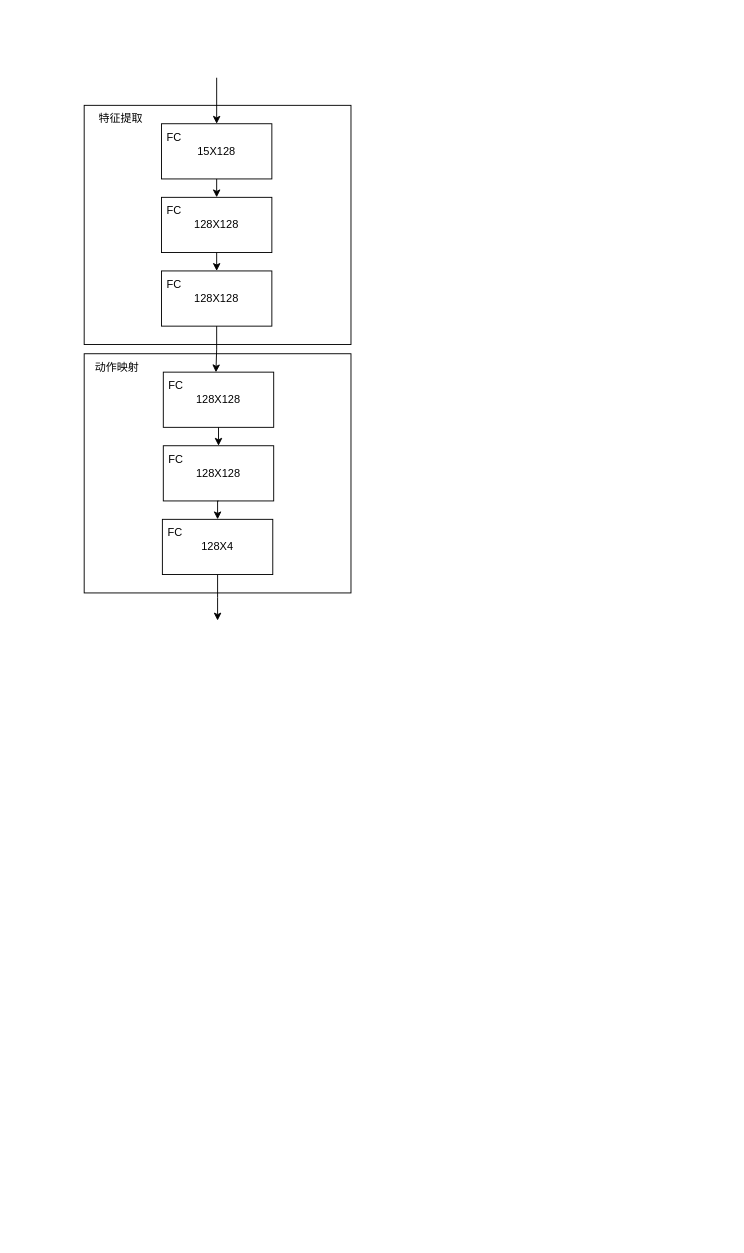
This is PPO神经网络架构.drawio from songdongjing/drawio, a draw.io file, before an edit. Source tidied: cells renumbered, new cells numbered last; positions are measured from the earlier drawing's top-left corner, leaving out a move shared by most shapes. Both pictures are drawn from the tidied source at 92%, with x=0, y=0 at pixel (84, 77).
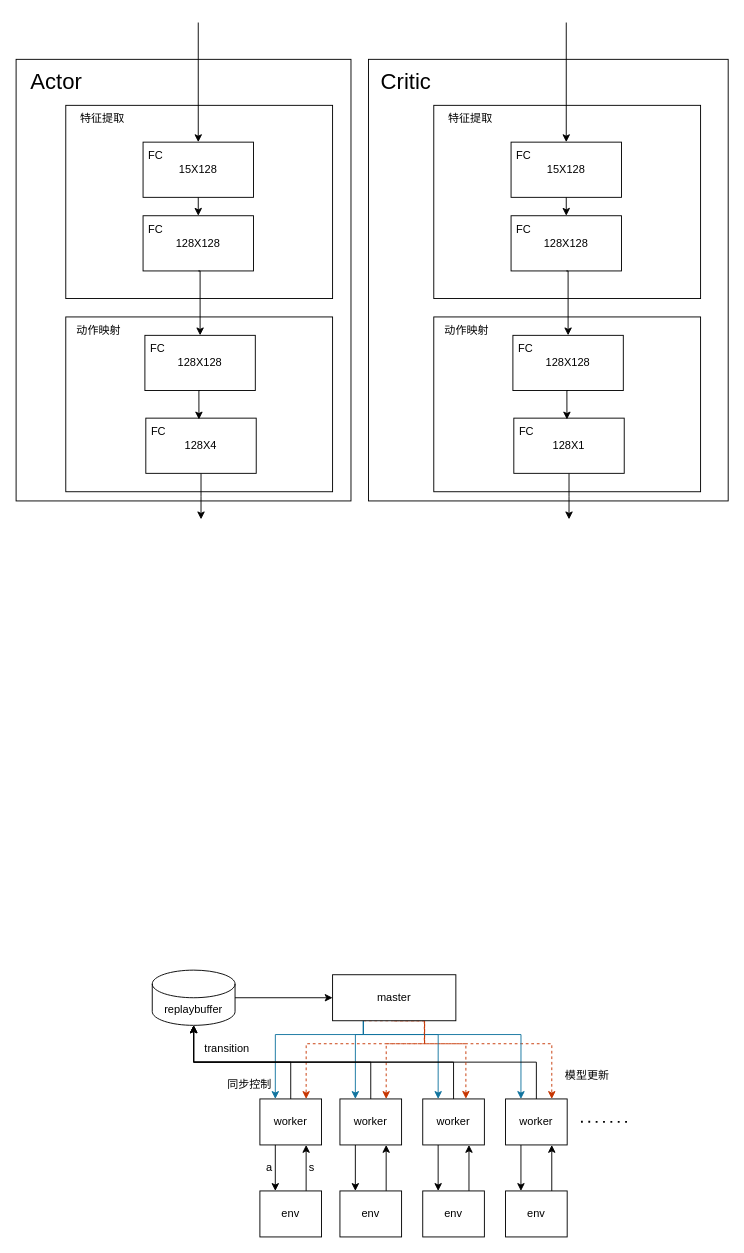
After the change.

Commit message:
更新PPO神经网络架构.drawio

Unchanged cells that the change refers to:
```xml
<mxCell id="6" value="15X128" style="rounded=0;whiteSpace=wrap;html=1;align=center;" parent="5" vertex="1">
  <mxGeometry x="16" width="120" height="60" as="geometry" />
</mxCell>
<mxCell id="9" value="128X128" style="rounded=0;whiteSpace=wrap;html=1;align=center;" parent="8" vertex="1">
  <mxGeometry x="16" width="120" height="60" as="geometry" />
</mxCell>
<mxCell id="16" value="128X128" style="rounded=0;whiteSpace=wrap;html=1;align=center;" parent="15" vertex="1">
  <mxGeometry x="19" y="10" width="120" height="60" as="geometry" />
</mxCell>
<mxCell id="23" value="128X4" style="rounded=0;whiteSpace=wrap;html=1;align=center;" parent="21" vertex="1">
  <mxGeometry x="16" width="120" height="60" as="geometry" />
</mxCell>
```

Change to the diagram source:
```diff
@@
+    <mxCell id="31" style="rounded=0;whiteSpace=wrap;html=1;" parent="1" vertex="1">
+      <mxGeometry x="309" y="-20" width="391" height="480" as="geometry" />
+    </mxCell>
+    <mxCell id="32" style="rounded=0;whiteSpace=wrap;html=1;" parent="1" vertex="1">
+      <mxGeometry x="-74" y="-20" width="364" height="480" as="geometry" />
+    </mxCell>
     <mxCell id="2" style="rounded=0;whiteSpace=wrap;html=1;" parent="1" vertex="1">
-      <mxGeometry y="300" width="290" height="260" as="geometry" />
+      <mxGeometry x="-20" y="260" width="290" height="190" as="geometry" />
     </mxCell>
     <mxCell id="3" style="rounded=0;whiteSpace=wrap;html=1;" parent="1" vertex="1">
-      <mxGeometry y="30" width="290" height="260" as="geometry" />
+      <mxGeometry x="-20" y="30" width="290" height="210" as="geometry" />
     </mxCell>
     <mxCell id="4" value="特征提取" style="text;html=1;align=center;verticalAlign=middle;whiteSpace=wrap;rounded=0;" parent="1" vertex="1">
-      <mxGeometry x="10" y="30" width="60" height="30" as="geometry" />
+      <mxGeometry x="-10" y="30" width="60" height="30" as="geometry" />
     </mxCell>
     <mxCell id="5" style="group;" parent="1" vertex="1">
-      <mxGeometry x="68" y="50" width="136" height="60" as="geometry" />
+      <mxGeometry x="48" y="70" width="136" height="60" as="geometry" />
     </mxCell>
@@
     <mxCell id="8" style="group;" parent="1" vertex="1">
-      <mxGeometry x="68" y="130" width="136" height="60" as="geometry" />
+      <mxGeometry x="48" y="150" width="136" height="60" as="geometry" />
     </mxCell>
@@
-    <mxCell id="11" style="group;" parent="1" vertex="1">
-      <mxGeometry x="68" y="210" width="136" height="60" as="geometry" />
-    </mxCell>
-    <mxCell id="12" value="128X128" style="rounded=0;whiteSpace=wrap;html=1;align=center;" parent="11" vertex="1">
-      <mxGeometry x="16" width="120" height="60" as="geometry" />
-    </mxCell>
-    <mxCell id="13" value="FC" style="text;html=1;align=center;verticalAlign=middle;whiteSpace=wrap;rounded=0;" parent="11" vertex="1">
-      <mxGeometry width="60" height="30" as="geometry" />
-    </mxCell>
     <mxCell id="14" value="动作映射" style="text;html=1;align=center;verticalAlign=middle;whiteSpace=wrap;rounded=0;" parent="1" vertex="1">
-      <mxGeometry x="6" y="300" width="60" height="30" as="geometry" />
+      <mxGeometry x="-14" y="260" width="60" height="30" as="geometry" />
     </mxCell>
     <mxCell id="15" style="group;" parent="1" vertex="1">
-      <mxGeometry x="67" y="310" width="144" height="80" as="geometry" />
+      <mxGeometry x="47" y="270" width="144" height="80" as="geometry" />
     </mxCell>
@@
-    <mxCell id="18" style="group;" parent="1" vertex="1">
-      <mxGeometry x="70" y="400" width="136" height="60" as="geometry" />
-    </mxCell>
-    <mxCell id="19" value="128X128" style="rounded=0;whiteSpace=wrap;html=1;align=center;" parent="18" vertex="1">
-      <mxGeometry x="16" width="120" height="60" as="geometry" />
-    </mxCell>
-    <mxCell id="20" value="FC" style="text;html=1;align=center;verticalAlign=middle;whiteSpace=wrap;rounded=0;" parent="18" vertex="1">
-      <mxGeometry width="60" height="30" as="geometry" />
-    </mxCell>
     <mxCell id="21" style="group;" parent="1" vertex="1">
-      <mxGeometry x="69" y="480" width="136" height="60" as="geometry" />
+      <mxGeometry x="51" y="370" width="136" height="60" as="geometry" />
     </mxCell>
@@
-    <mxCell id="26" style="edgeStyle=orthogonalEdgeStyle;rounded=0;jettySize=auto;html=1;exitX=0.5;exitY=1;exitDx=0;exitDy=0;entryX=0.5;entryY=0;entryDx=0;entryDy=0;" parent="1" edge="1" source="9" target="12">
-      <mxGeometry relative="1" as="geometry" />
+    <mxCell id="26" style="edgeStyle=orthogonalEdgeStyle;rounded=0;jettySize=auto;html=1;exitX=0.5;exitY=1;exitDx=0;exitDy=0;" parent="1" edge="1" source="9" target="16">
+      <mxGeometry relative="1" as="geometry">
+        <Array as="points">
+          <mxPoint x="126" y="210" />
+        </Array>
+      </mxGeometry>
     </mxCell>
-    <mxCell id="27" style="edgeStyle=orthogonalEdgeStyle;rounded=0;jettySize=auto;html=1;exitX=0.5;exitY=1;exitDx=0;exitDy=0;entryX=0.5;entryY=0;entryDx=0;entryDy=0;" parent="1" edge="1" source="16" target="19">
+    <mxCell id="27" style="edgeStyle=orthogonalEdgeStyle;rounded=0;jettySize=auto;html=1;exitX=0.5;exitY=1;exitDx=0;exitDy=0;entryX=0.481;entryY=0.024;entryDx=0;entryDy=0;entryPerimeter=0;" parent="1" edge="1" source="16" target="23">
       <mxGeometry relative="1" as="geometry" />
     </mxCell>
-    <mxCell id="28" style="edgeStyle=orthogonalEdgeStyle;rounded=0;jettySize=auto;html=1;exitX=0.5;exitY=1;exitDx=0;exitDy=0;entryX=0.5;entryY=0;entryDx=0;entryDy=0;" parent="1" edge="1" source="19" target="23">
-      <mxGeometry relative="1" as="geometry" />
-    </mxCell>
     <mxCell id="29" style="endArrow=classic;html=1;rounded=0;entryX=0.5;entryY=0;entryDx=0;entryDy=0;" parent="1" edge="1" target="6">
       <mxGeometry relative="1" as="geometry">
-        <mxPoint x="144" as="sourcePoint" />
+        <mxPoint x="124" y="-60" as="sourcePoint" />
       </mxGeometry>
     </mxCell>
-    <mxCell id="30" style="edgeStyle=orthogonalEdgeStyle;rounded=0;jettySize=auto;html=1;exitX=0.5;exitY=1;exitDx=0;exitDy=0;entryX=0.477;entryY=0.003;entryDx=0;entryDy=0;entryPerimeter=0;" parent="1" edge="1" source="12" target="16">
-      <mxGeometry relative="1" as="geometry" />
-    </mxCell>
+    <mxCell id="33" style="rounded=0;whiteSpace=wrap;html=1;" parent="1" vertex="1">
+      <mxGeometry x="380" y="260" width="290" height="190" as="geometry" />
+    </mxCell>
+    <mxCell id="34" style="rounded=0;whiteSpace=wrap;html=1;" parent="1" vertex="1">
+      <mxGeometry x="380" y="30" width="290" height="210" as="geometry" />
+    </mxCell>
+    <mxCell id="35" value="特征提取" style="text;html=1;align=center;verticalAlign=middle;whiteSpace=wrap;rounded=0;" parent="1" vertex="1">
+      <mxGeometry x="390" y="30" width="60" height="30" as="geometry" />
+    </mxCell>
+    <mxCell id="36" style="group;" parent="1" vertex="1">
+      <mxGeometry x="448" y="70" width="136" height="60" as="geometry" />
+    </mxCell>
+    <mxCell id="37" value="15X128" style="rounded=0;whiteSpace=wrap;html=1;align=center;" parent="36" vertex="1">
+      <mxGeometry x="16" width="120" height="60" as="geometry" />
+    </mxCell>
+    <mxCell id="38" value="FC" style="text;html=1;align=center;verticalAlign=middle;whiteSpace=wrap;rounded=0;" parent="36" vertex="1">
+      <mxGeometry width="60" height="30" as="geometry" />
+    </mxCell>
+    <mxCell id="39" style="group;" parent="1" vertex="1">
+      <mxGeometry x="448" y="150" width="136" height="60" as="geometry" />
+    </mxCell>
+    <mxCell id="40" value="128X128" style="rounded=0;whiteSpace=wrap;html=1;align=center;" parent="39" vertex="1">
+      <mxGeometry x="16" width="120" height="60" as="geometry" />
+    </mxCell>
+    <mxCell id="41" value="FC" style="text;html=1;align=center;verticalAlign=middle;whiteSpace=wrap;rounded=0;" parent="39" vertex="1">
+      <mxGeometry width="60" height="30" as="geometry" />
+    </mxCell>
+    <mxCell id="42" value="动作映射" style="text;html=1;align=center;verticalAlign=middle;whiteSpace=wrap;rounded=0;" parent="1" vertex="1">
+      <mxGeometry x="386" y="260" width="60" height="30" as="geometry" />
+    </mxCell>
+    <mxCell id="43" style="group;" parent="1" vertex="1">
+      <mxGeometry x="447" y="270" width="144" height="80" as="geometry" />
+    </mxCell>
+    <mxCell id="44" value="128X128" style="rounded=0;whiteSpace=wrap;html=1;align=center;" parent="43" vertex="1">
+      <mxGeometry x="19" y="10" width="120" height="60" as="geometry" />
+    </mxCell>
+    <mxCell id="45" value="FC" style="text;html=1;align=center;verticalAlign=middle;whiteSpace=wrap;rounded=0;" parent="43" vertex="1">
+      <mxGeometry x="3" y="10" width="60" height="30" as="geometry" />
+    </mxCell>
+    <mxCell id="46" style="group;" parent="1" vertex="1">
+      <mxGeometry x="451" y="370" width="136" height="60" as="geometry" />
+    </mxCell>
+    <mxCell id="47" style="edgeStyle=orthogonalEdgeStyle;rounded=0;jettySize=auto;html=1;exitX=0.5;exitY=1;exitDx=0;exitDy=0;" parent="46" edge="1" source="48">
+      <mxGeometry relative="1" as="geometry">
+        <mxPoint x="76" y="110" as="targetPoint" />
+      </mxGeometry>
+    </mxCell>
+    <mxCell id="48" value="128X1" style="rounded=0;whiteSpace=wrap;html=1;align=center;" parent="46" vertex="1">
+      <mxGeometry x="16" width="120" height="60" as="geometry" />
+    </mxCell>
+    <mxCell id="49" value="FC" style="text;html=1;align=center;verticalAlign=middle;whiteSpace=wrap;rounded=0;" parent="46" vertex="1">
+      <mxGeometry width="60" height="30" as="geometry" />
+    </mxCell>
+    <mxCell id="50" style="edgeStyle=orthogonalEdgeStyle;rounded=0;jettySize=auto;html=1;exitX=0.5;exitY=1;exitDx=0;exitDy=0;entryX=0.5;entryY=0;entryDx=0;entryDy=0;" parent="1" edge="1" source="37" target="40">
+      <mxGeometry relative="1" as="geometry" />
+    </mxCell>
+    <mxCell id="51" style="edgeStyle=orthogonalEdgeStyle;rounded=0;jettySize=auto;html=1;exitX=0.5;exitY=1;exitDx=0;exitDy=0;" parent="1" edge="1" source="40" target="44">
+      <mxGeometry relative="1" as="geometry">
+        <Array as="points">
+          <mxPoint x="526" y="210" />
+        </Array>
+      </mxGeometry>
+    </mxCell>
+    <mxCell id="52" style="edgeStyle=orthogonalEdgeStyle;rounded=0;jettySize=auto;html=1;exitX=0.5;exitY=1;exitDx=0;exitDy=0;entryX=0.481;entryY=0.024;entryDx=0;entryDy=0;entryPerimeter=0;" parent="1" edge="1" source="44" target="48">
+      <mxGeometry relative="1" as="geometry" />
+    </mxCell>
+    <mxCell id="53" style="endArrow=classic;html=1;rounded=0;entryX=0.5;entryY=0;entryDx=0;entryDy=0;" parent="1" edge="1" target="37">
+      <mxGeometry relative="1" as="geometry">
+        <mxPoint x="524" y="-60" as="sourcePoint" />
+      </mxGeometry>
+    </mxCell>
+    <mxCell id="54" value="&lt;font style=&quot;font-size: 24px;&quot;&gt;Actor&lt;/font&gt;" style="text;html=1;align=center;verticalAlign=middle;whiteSpace=wrap;rounded=0;" parent="1" vertex="1">
+      <mxGeometry x="-60" y="-10" width="60" height="30" as="geometry" />
+    </mxCell>
+    <mxCell id="55" value="&lt;font style=&quot;font-size: 24px;&quot;&gt;Critic&lt;/font&gt;" style="text;html=1;align=center;verticalAlign=middle;whiteSpace=wrap;rounded=0;" parent="1" vertex="1">
+      <mxGeometry x="320" y="-10" width="60" height="30" as="geometry" />
+    </mxCell>
+    <mxCell id="56" style="edgeStyle=orthogonalEdgeStyle;rounded=0;jettySize=auto;html=1;exitX=0.25;exitY=1;exitDx=0;exitDy=0;entryX=0.75;entryY=0;entryDx=0;entryDy=0;dashed=1;fillColor=#fa6800;strokeColor=#C73500;" parent="1" edge="1" source="63" target="64">
+      <mxGeometry relative="1" as="geometry">
+        <Array as="points">
+          <mxPoint x="370" y="1025" />
+          <mxPoint x="370" y="1050" />
+          <mxPoint x="241" y="1050" />
+        </Array>
+      </mxGeometry>
+    </mxCell>
+    <mxCell id="57" style="edgeStyle=orthogonalEdgeStyle;rounded=0;jettySize=auto;html=1;exitX=0.5;exitY=1;exitDx=0;exitDy=0;entryX=0.75;entryY=0;entryDx=0;entryDy=0;dashed=1;fillColor=#fa6800;strokeColor=#C73500;" parent="1" edge="1" source="63" target="66">
+      <mxGeometry relative="1" as="geometry">
+        <Array as="points">
+          <mxPoint x="370" y="1025" />
+          <mxPoint x="370" y="1050" />
+          <mxPoint x="328" y="1050" />
+        </Array>
+      </mxGeometry>
+    </mxCell>
+    <mxCell id="58" style="edgeStyle=orthogonalEdgeStyle;rounded=0;jettySize=auto;html=1;exitX=0.5;exitY=1;exitDx=0;exitDy=0;entryX=0.75;entryY=0;entryDx=0;entryDy=0;dashed=1;fillColor=#fa6800;strokeColor=#C73500;" parent="1" edge="1" source="63" target="70">
+      <mxGeometry relative="1" as="geometry">
+        <Array as="points">
+          <mxPoint x="370" y="1025" />
+          <mxPoint x="370" y="1050" />
+          <mxPoint x="508" y="1050" />
+        </Array>
+      </mxGeometry>
+    </mxCell>
+    <mxCell id="59" style="rounded=0;jettySize=auto;html=1;exitX=0.25;exitY=1;exitDx=0;exitDy=0;entryX=0.25;entryY=0;entryDx=0;entryDy=0;strokeWidth=1;edgeStyle=orthogonalEdgeStyle;fillColor=#b1ddf0;strokeColor=#10739e;" parent="1" edge="1" source="63" target="64">
+      <mxGeometry relative="1" as="geometry">
+        <Array as="points">
+          <mxPoint x="304" y="1040" />
+          <mxPoint x="208" y="1040" />
+        </Array>
+      </mxGeometry>
+    </mxCell>
+    <mxCell id="60" style="edgeStyle=orthogonalEdgeStyle;rounded=0;jettySize=auto;html=1;exitX=0.25;exitY=1;exitDx=0;exitDy=0;entryX=0.25;entryY=0;entryDx=0;entryDy=0;fillColor=#b1ddf0;strokeColor=#10739e;" parent="1" edge="1" source="63" target="66">
+      <mxGeometry relative="1" as="geometry">
+        <Array as="points">
+          <mxPoint x="304" y="1040" />
+          <mxPoint x="295" y="1040" />
+        </Array>
+      </mxGeometry>
+    </mxCell>
+    <mxCell id="61" style="edgeStyle=orthogonalEdgeStyle;rounded=0;jettySize=auto;html=1;exitX=0.25;exitY=1;exitDx=0;exitDy=0;entryX=0.25;entryY=0;entryDx=0;entryDy=0;fillColor=#b1ddf0;strokeColor=#10739e;" parent="1" edge="1" source="63" target="68">
+      <mxGeometry relative="1" as="geometry">
+        <Array as="points">
+          <mxPoint x="304" y="1040" />
+          <mxPoint x="385" y="1040" />
+        </Array>
+      </mxGeometry>
+    </mxCell>
+    <mxCell id="62" style="edgeStyle=orthogonalEdgeStyle;rounded=0;jettySize=auto;html=1;exitX=0.25;exitY=1;exitDx=0;exitDy=0;entryX=0.25;entryY=0;entryDx=0;entryDy=0;fillColor=#b1ddf0;strokeColor=#10739e;" parent="1" edge="1" source="63" target="70">
+      <mxGeometry relative="1" as="geometry">
+        <Array as="points">
+          <mxPoint x="304" y="1040" />
+          <mxPoint x="475" y="1040" />
+        </Array>
+      </mxGeometry>
+    </mxCell>
+    <mxCell id="63" value="master" style="rounded=0;whiteSpace=wrap;html=1;" parent="1" vertex="1">
+      <mxGeometry x="270" y="975" width="134" height="50" as="geometry" />
+    </mxCell>
+    <mxCell id="64" value="worker" style="rounded=0;whiteSpace=wrap;html=1;" parent="1" vertex="1">
+      <mxGeometry x="191" y="1110" width="67" height="50" as="geometry" />
+    </mxCell>
+    <mxCell id="65" style="edgeStyle=orthogonalEdgeStyle;rounded=0;jettySize=auto;html=1;exitX=0.25;exitY=1;exitDx=0;exitDy=0;entryX=0.25;entryY=0;entryDx=0;entryDy=0;" parent="1" edge="1" source="66" target="79">
+      <mxGeometry relative="1" as="geometry" />
+    </mxCell>
+    <mxCell id="66" value="worker" style="rounded=0;whiteSpace=wrap;html=1;" parent="1" vertex="1">
+      <mxGeometry x="278" y="1110" width="67" height="50" as="geometry" />
+    </mxCell>
+    <mxCell id="67" style="edgeStyle=orthogonalEdgeStyle;rounded=0;jettySize=auto;html=1;exitX=0.25;exitY=1;exitDx=0;exitDy=0;entryX=0.25;entryY=0;entryDx=0;entryDy=0;" parent="1" edge="1" source="68" target="81">
+      <mxGeometry relative="1" as="geometry" />
+    </mxCell>
+    <mxCell id="68" value="worker" style="rounded=0;whiteSpace=wrap;html=1;" parent="1" vertex="1">
+      <mxGeometry x="368" y="1110" width="67" height="50" as="geometry" />
+    </mxCell>
+    <mxCell id="69" style="edgeStyle=orthogonalEdgeStyle;rounded=0;jettySize=auto;html=1;exitX=0.25;exitY=1;exitDx=0;exitDy=0;entryX=0.25;entryY=0;entryDx=0;entryDy=0;" parent="1" edge="1" source="70" target="82">
+      <mxGeometry relative="1" as="geometry" />
+    </mxCell>
+    <mxCell id="70" value="worker" style="rounded=0;whiteSpace=wrap;html=1;" parent="1" vertex="1">
+      <mxGeometry x="458" y="1110" width="67" height="50" as="geometry" />
+    </mxCell>
+    <mxCell id="71" style="endArrow=none;dashed=1;html=1;dashPattern=1 3;strokeWidth=2;rounded=0;" parent="1" edge="1">
+      <mxGeometry relative="1" as="geometry">
+        <mxPoint x="540" y="1134.8" as="sourcePoint" />
+        <mxPoint x="590" y="1135" as="targetPoint" />
+      </mxGeometry>
+    </mxCell>
+    <mxCell id="72" value="replaybuffer" style="shape=cylinder3;whiteSpace=wrap;html=1;boundedLbl=1;backgroundOutline=1;size=15;" parent="1" vertex="1">
+      <mxGeometry x="74" y="970" width="90" height="60" as="geometry" />
+    </mxCell>
+    <mxCell id="73" style="edgeStyle=orthogonalEdgeStyle;rounded=0;jettySize=auto;html=1;exitX=0.5;exitY=0;exitDx=0;exitDy=0;entryX=0.5;entryY=1;entryDx=0;entryDy=0;entryPerimeter=0;" parent="1" edge="1" source="64" target="72">
+      <mxGeometry relative="1" as="geometry" />
+    </mxCell>
+    <mxCell id="74" style="edgeStyle=orthogonalEdgeStyle;rounded=0;jettySize=auto;html=1;exitX=0.5;exitY=0;exitDx=0;exitDy=0;entryX=0.5;entryY=1;entryDx=0;entryDy=0;entryPerimeter=0;" parent="1" edge="1" source="66" target="72">
+      <mxGeometry relative="1" as="geometry" />
+    </mxCell>
+    <mxCell id="75" style="edgeStyle=orthogonalEdgeStyle;rounded=0;jettySize=auto;html=1;exitX=0.5;exitY=0;exitDx=0;exitDy=0;entryX=0.5;entryY=1;entryDx=0;entryDy=0;entryPerimeter=0;" parent="1" edge="1" source="68" target="72">
+      <mxGeometry relative="1" as="geometry" />
+    </mxCell>
+    <mxCell id="76" style="edgeStyle=orthogonalEdgeStyle;rounded=0;jettySize=auto;html=1;exitX=0.75;exitY=0;exitDx=0;exitDy=0;entryX=0.75;entryY=1;entryDx=0;entryDy=0;" parent="1" edge="1" source="77" target="64">
+      <mxGeometry relative="1" as="geometry" />
+    </mxCell>
+    <mxCell id="77" value="env" style="rounded=0;whiteSpace=wrap;html=1;" parent="1" vertex="1">
+      <mxGeometry x="191" y="1210" width="67" height="50" as="geometry" />
+    </mxCell>
+    <mxCell id="78" style="edgeStyle=orthogonalEdgeStyle;rounded=0;jettySize=auto;html=1;exitX=0.75;exitY=0;exitDx=0;exitDy=0;entryX=0.75;entryY=1;entryDx=0;entryDy=0;" parent="1" edge="1" source="79" target="66">
+      <mxGeometry relative="1" as="geometry" />
+    </mxCell>
+    <mxCell id="79" value="env" style="rounded=0;whiteSpace=wrap;html=1;" parent="1" vertex="1">
+      <mxGeometry x="278" y="1210" width="67" height="50" as="geometry" />
+    </mxCell>
+    <mxCell id="80" style="edgeStyle=orthogonalEdgeStyle;rounded=0;jettySize=auto;html=1;exitX=0.75;exitY=0;exitDx=0;exitDy=0;entryX=0.75;entryY=1;entryDx=0;entryDy=0;" parent="1" edge="1" source="81" target="68">
+      <mxGeometry relative="1" as="geometry" />
+    </mxCell>
+    <mxCell id="81" value="env" style="rounded=0;whiteSpace=wrap;html=1;" parent="1" vertex="1">
+      <mxGeometry x="368" y="1210" width="67" height="50" as="geometry" />
+    </mxCell>
+    <mxCell id="82" value="env" style="rounded=0;whiteSpace=wrap;html=1;" parent="1" vertex="1">
+      <mxGeometry x="458" y="1210" width="67" height="50" as="geometry" />
+    </mxCell>
+    <mxCell id="83" style="edgeStyle=orthogonalEdgeStyle;rounded=0;jettySize=auto;html=1;exitX=0.5;exitY=0;exitDx=0;exitDy=0;entryX=0.5;entryY=1;entryDx=0;entryDy=0;entryPerimeter=0;" parent="1" edge="1" source="70" target="72">
+      <mxGeometry relative="1" as="geometry">
+        <Array as="points">
+          <mxPoint x="492" y="1070" />
+          <mxPoint x="119" y="1070" />
+        </Array>
+      </mxGeometry>
+    </mxCell>
+    <mxCell id="84" value="transition" style="text;html=1;align=center;verticalAlign=middle;whiteSpace=wrap;rounded=0;" parent="1" vertex="1">
+      <mxGeometry x="130" y="1040" width="51" height="30" as="geometry" />
+    </mxCell>
+    <mxCell id="85" style="edgeStyle=orthogonalEdgeStyle;rounded=0;jettySize=auto;html=1;exitX=0.25;exitY=1;exitDx=0;exitDy=0;entryX=0.25;entryY=0;entryDx=0;entryDy=0;" parent="1" edge="1" source="64" target="77">
+      <mxGeometry relative="1" as="geometry" />
+    </mxCell>
+    <mxCell id="86" style="edgeStyle=orthogonalEdgeStyle;rounded=0;jettySize=auto;html=1;exitX=0.75;exitY=0;exitDx=0;exitDy=0;entryX=0.75;entryY=1;entryDx=0;entryDy=0;" parent="1" edge="1" source="82" target="70">
+      <mxGeometry relative="1" as="geometry" />
+    </mxCell>
+    <mxCell id="87" value="a" style="text;html=1;align=center;verticalAlign=middle;whiteSpace=wrap;rounded=0;" parent="1" vertex="1">
+      <mxGeometry x="191" y="1170" width="21" height="30" as="geometry" />
+    </mxCell>
+    <mxCell id="88" value="s" style="text;html=1;align=center;verticalAlign=middle;whiteSpace=wrap;rounded=0;" parent="1" vertex="1">
+      <mxGeometry x="237" y="1170" width="21" height="30" as="geometry" />
+    </mxCell>
+    <mxCell id="89" style="edgeStyle=orthogonalEdgeStyle;rounded=0;jettySize=auto;html=1;exitX=1;exitY=0.5;exitDx=0;exitDy=0;exitPerimeter=0;entryX=0;entryY=0.5;entryDx=0;entryDy=0;" parent="1" edge="1" source="72" target="63">
+      <mxGeometry relative="1" as="geometry" />
+    </mxCell>
+    <mxCell id="90" style="edgeStyle=orthogonalEdgeStyle;rounded=0;jettySize=auto;html=1;exitX=0.744;exitY=1.008;exitDx=0;exitDy=0;entryX=0.7;entryY=-0.004;entryDx=0;entryDy=0;entryPerimeter=0;dashed=1;fillColor=#fa6800;strokeColor=#C73500;exitPerimeter=0;" parent="1" edge="1" source="63" target="68">
+      <mxGeometry relative="1" as="geometry">
+        <Array as="points">
+          <mxPoint x="370" y="1050" />
+          <mxPoint x="415" y="1050" />
+        </Array>
+      </mxGeometry>
+    </mxCell>
+    <mxCell id="91" value="模型更新" style="text;html=1;align=center;verticalAlign=middle;whiteSpace=wrap;rounded=0;" parent="1" vertex="1">
+      <mxGeometry x="517" y="1070" width="60" height="30" as="geometry" />
+    </mxCell>
+    <mxCell id="92" value="同步控制" style="text;html=1;align=center;verticalAlign=middle;whiteSpace=wrap;rounded=0;" parent="1" vertex="1">
+      <mxGeometry x="150" y="1080" width="60" height="30" as="geometry" />
+    </mxCell>
```
